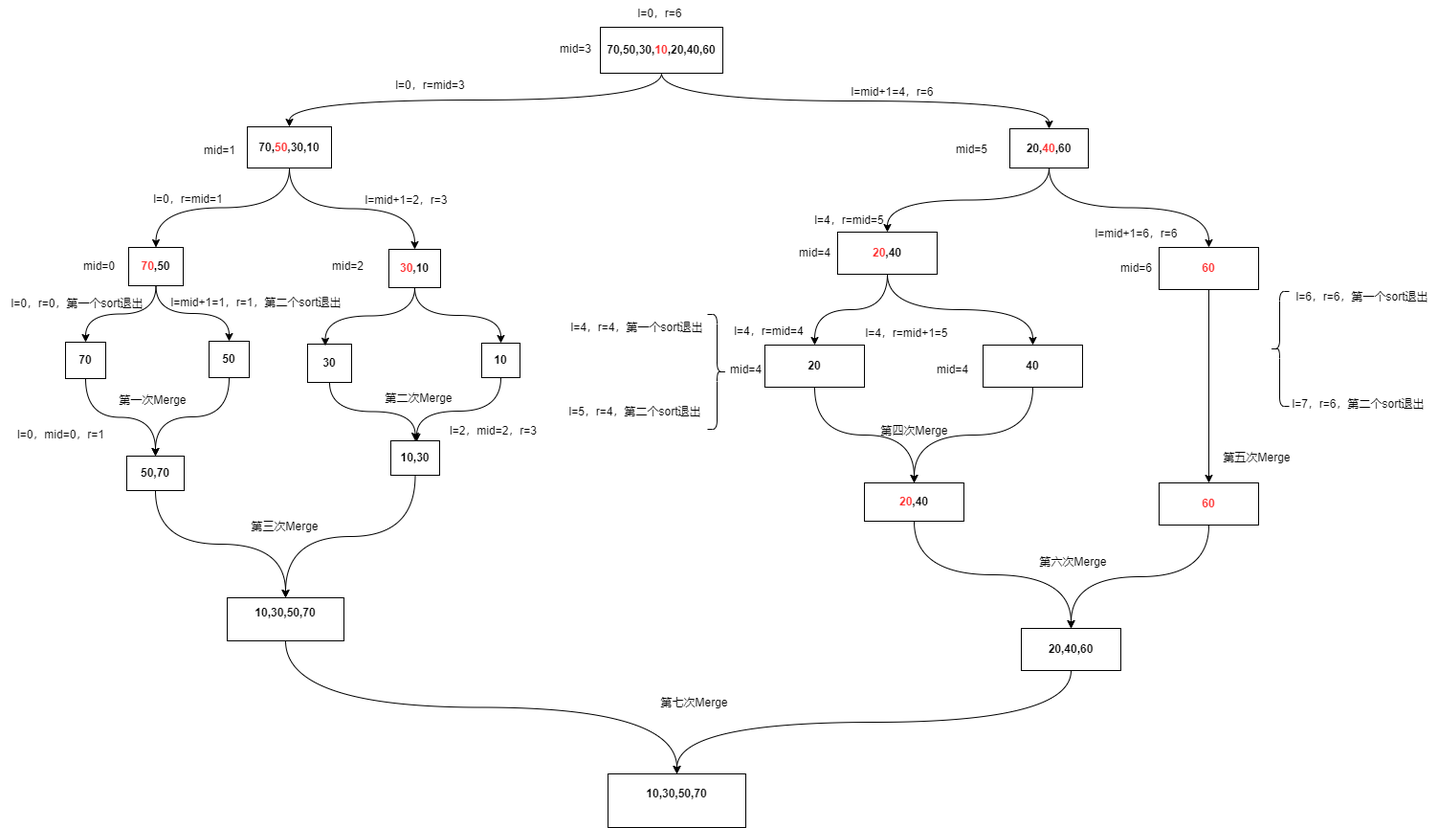
The draw.io diagram AlgorithmsAndDataStructures/归并算法.drawio.png in wjb0823/drawio, before a commit. Source tidied: cells renumbered, new cells last; positions are measured from the earlier drawing's top-left corner, leaving out a move shared by most shapes.
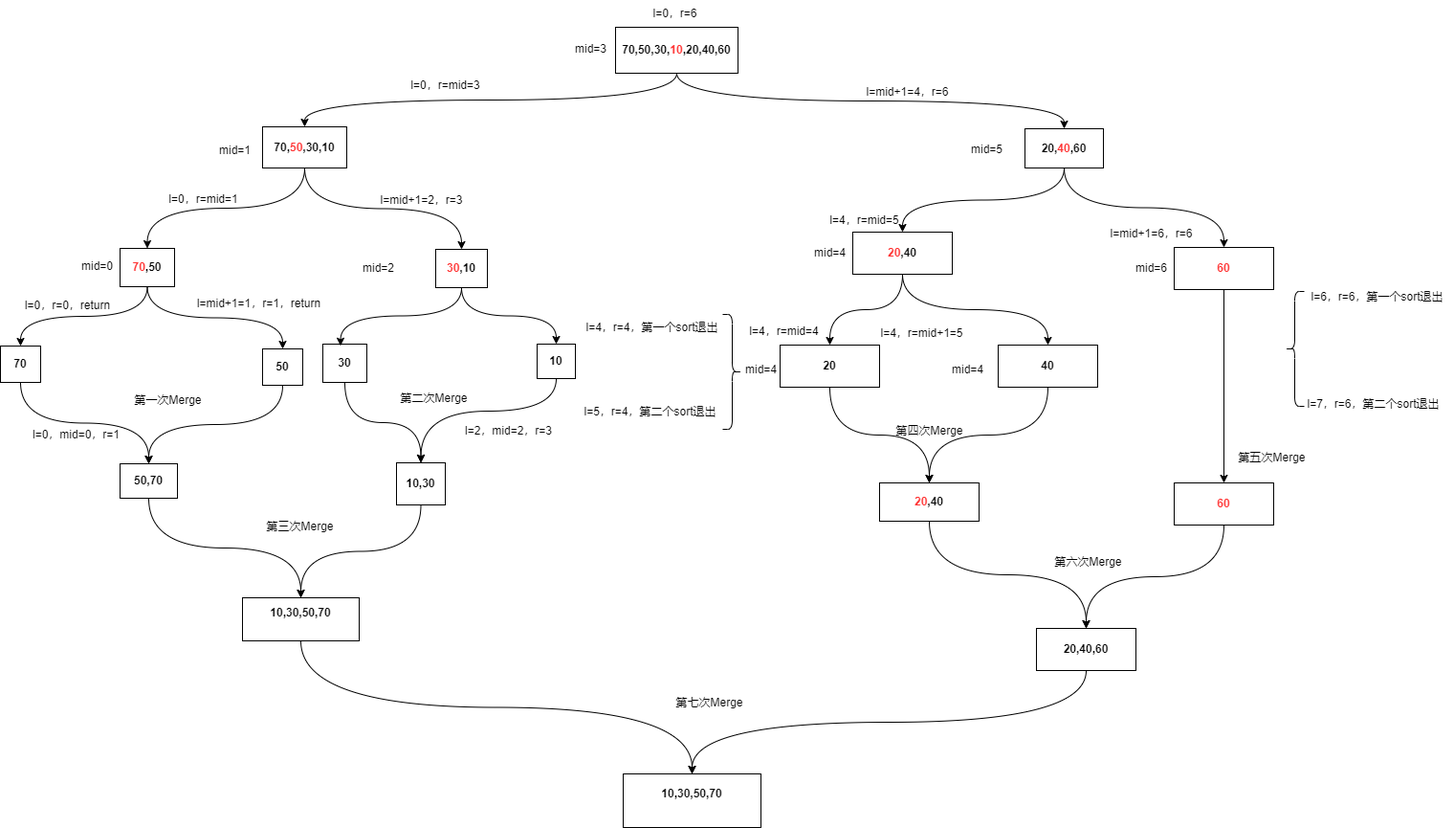
After the commit.

Commit message:
更新归并算法.drawio.png

Diff of the diagram source:
```diff
@@ -33,7 +33,7 @@
       <mxGeometry relative="1" as="geometry" />
     </mxCell>
     <mxCell id="12" value="&lt;b&gt;&lt;font color=&quot;#ff3333&quot;&gt;70&lt;/font&gt;,50&lt;/b&gt;" style="rounded=0;whiteSpace=wrap;html=1;" parent="1" vertex="1">
-      <mxGeometry x="134" y="258" width="57" height="40" as="geometry" />
+      <mxGeometry x="109" y="259" width="57" height="40" as="geometry" />
     </mxCell>
     <mxCell id="13" value="l=0，r=6" style="text;html=1;align=center;verticalAlign=middle;strokeColor=none;fillColor=none;" parent="1" vertex="1">
       <mxGeometry x="655" width="68" height="28" as="geometry" />
@@ -60,19 +60,19 @@
       <mxGeometry relative="1" as="geometry" />
     </mxCell>
     <mxCell id="21" value="&lt;b style=&quot;&quot;&gt;70&lt;/b&gt;" style="rounded=0;whiteSpace=wrap;html=1;" parent="1" vertex="1">
-      <mxGeometry x="68" y="357" width="42" height="38" as="geometry" />
+      <mxGeometry x="-16" y="361" width="42" height="38" as="geometry" />
     </mxCell>
     <mxCell id="22" style="edgeStyle=orthogonalEdgeStyle;rounded=0;jettySize=auto;html=1;exitX=0.5;exitY=1;exitDx=0;exitDy=0;curved=1;entryX=0.5;entryY=0;entryDx=0;entryDy=0;" parent="1" edge="1" source="23" target="25">
       <mxGeometry relative="1" as="geometry" />
     </mxCell>
     <mxCell id="23" value="&lt;b style=&quot;&quot;&gt;50&lt;/b&gt;" style="rounded=0;whiteSpace=wrap;html=1;" parent="1" vertex="1">
-      <mxGeometry x="218" y="356" width="42" height="38" as="geometry" />
+      <mxGeometry x="258" y="364" width="42" height="38" as="geometry" />
     </mxCell>
     <mxCell id="24" style="edgeStyle=orthogonalEdgeStyle;rounded=0;jettySize=auto;html=1;exitX=0.5;exitY=1;exitDx=0;exitDy=0;entryX=0.5;entryY=0;entryDx=0;entryDy=0;curved=1;" parent="1" edge="1" source="25" target="41">
       <mxGeometry relative="1" as="geometry" />
     </mxCell>
     <mxCell id="25" value="&lt;b style=&quot;&quot;&gt;50,70&lt;/b&gt;&lt;b style=&quot;&quot;&gt;&lt;br&gt;&lt;/b&gt;" style="rounded=0;whiteSpace=wrap;html=1;" parent="1" vertex="1">
-      <mxGeometry x="132" y="476" width="60" height="36" as="geometry" />
+      <mxGeometry x="109" y="484" width="60" height="36" as="geometry" />
     </mxCell>
     <mxCell id="26" value="第一次Merge" style="text;html=1;align=center;verticalAlign=middle;strokeColor=none;fillColor=none;" parent="1" vertex="1">
       <mxGeometry x="113" y="404" width="92" height="28" as="geometry" />
@@ -84,7 +84,7 @@
       <mxGeometry relative="1" as="geometry" />
     </mxCell>
     <mxCell id="29" value="&lt;b style=&quot;&quot;&gt;&lt;font color=&quot;#ff3333&quot;&gt;30&lt;/font&gt;,10&lt;/b&gt;" style="rounded=0;whiteSpace=wrap;html=1;" parent="1" vertex="1">
-      <mxGeometry x="406" y="260" width="54" height="40" as="geometry" />
+      <mxGeometry x="439" y="260" width="54" height="40" as="geometry" />
     </mxCell>
     <mxCell id="30" style="edgeStyle=orthogonalEdgeStyle;rounded=0;jettySize=auto;html=1;exitX=0.5;exitY=1;exitDx=0;exitDy=0;curved=1;" parent="1" edge="1" source="31" target="36">
       <mxGeometry relative="1" as="geometry" />
@@ -92,17 +92,16 @@
     <mxCell id="31" value="&lt;b style=&quot;&quot;&gt;30&lt;/b&gt;" style="rounded=0;whiteSpace=wrap;html=1;" parent="1" vertex="1">
       <mxGeometry x="321" y="359" width="46" height="40" as="geometry" />
     </mxCell>
-    <mxCell id="32" style="edgeStyle=orthogonalEdgeStyle;rounded=0;jettySize=auto;html=1;curved=1;exitX=0.5;exitY=1;exitDx=0;exitDy=0;" parent="1" edge="1" source="33">
+    <mxCell id="32" style="edgeStyle=orthogonalEdgeStyle;rounded=0;jettySize=auto;html=1;curved=1;exitX=0.5;exitY=1;exitDx=0;exitDy=0;entryX=0.5;entryY=0;entryDx=0;entryDy=0;" parent="1" edge="1" source="33" target="36">
       <mxGeometry relative="1" as="geometry">
-        <mxPoint x="435" y="461" as="targetPoint" />
         <Array as="points">
-          <mxPoint x="523" y="429" />
-          <mxPoint x="435" y="429" />
+          <mxPoint x="565" y="429" />
+          <mxPoint x="424" y="429" />
         </Array>
       </mxGeometry>
     </mxCell>
     <mxCell id="33" value="&lt;b style=&quot;&quot;&gt;10&lt;/b&gt;" style="rounded=0;whiteSpace=wrap;html=1;" parent="1" vertex="1">
-      <mxGeometry x="503" y="358" width="40" height="36" as="geometry" />
+      <mxGeometry x="545" y="359" width="40" height="36" as="geometry" />
     </mxCell>
     <mxCell id="34" style="edgeStyle=orthogonalEdgeStyle;rounded=0;jettySize=auto;html=1;exitX=0.5;exitY=1;exitDx=0;exitDy=0;entryX=0.402;entryY=0.045;entryDx=0;entryDy=0;entryPerimeter=0;curved=1;" parent="1" edge="1" source="29" target="31">
       <mxGeometry relative="1" as="geometry" />
@@ -111,16 +110,16 @@
       <mxGeometry relative="1" as="geometry" />
     </mxCell>
     <mxCell id="36" value="&lt;b style=&quot;&quot;&gt;10,30&lt;/b&gt;&lt;b style=&quot;&quot;&gt;&lt;br&gt;&lt;/b&gt;" style="rounded=0;whiteSpace=wrap;html=1;" parent="1" vertex="1">
-      <mxGeometry x="408" y="460" width="51" height="36" as="geometry" />
+      <mxGeometry x="398" y="483" width="51" height="44" as="geometry" />
     </mxCell>
     <mxCell id="37" value="第二次Merge" style="text;html=1;align=center;verticalAlign=middle;strokeColor=none;fillColor=none;" parent="1" vertex="1">
       <mxGeometry x="391" y="402" width="92" height="28" as="geometry" />
     </mxCell>
-    <mxCell id="38" value="l=0，r=0，第一个sort退出" style="text;html=1;align=center;verticalAlign=middle;strokeColor=none;fillColor=none;" parent="1" vertex="1">
-      <mxGeometry y="303" width="160" height="28" as="geometry" />
+    <mxCell id="38" value="l=0，r=0，return" style="text;html=1;align=center;verticalAlign=middle;strokeColor=none;fillColor=none;" parent="1" vertex="1">
+      <mxGeometry y="305" width="108" height="27" as="geometry" />
     </mxCell>
-    <mxCell id="39" value="l=mid+1=1，r=1，第二个sort退出" style="text;html=1;align=center;verticalAlign=middle;strokeColor=none;fillColor=none;" parent="1" vertex="1">
-      <mxGeometry x="168" y="302" width="197" height="27" as="geometry" />
+    <mxCell id="39" value="l=mid+1=1，r=1，return" style="text;html=1;align=center;verticalAlign=middle;strokeColor=none;fillColor=none;" parent="1" vertex="1">
+      <mxGeometry x="180" y="303" width="148" height="27" as="geometry" />
     </mxCell>
     <mxCell id="40" style="edgeStyle=orthogonalEdgeStyle;rounded=0;jettySize=auto;html=1;entryX=0.5;entryY=0;entryDx=0;entryDy=0;curved=1;exitX=0.5;exitY=1;exitDx=0;exitDy=0;" parent="1" edge="1" source="41" target="79">
       <mxGeometry relative="1" as="geometry" />
@@ -138,10 +137,10 @@
       <mxGeometry x="878" y="82" width="108" height="28" as="geometry" />
     </mxCell>
     <mxCell id="45" value="mid=0" style="text;html=1;align=center;verticalAlign=middle;strokeColor=none;fillColor=none;" parent="1" vertex="1">
-      <mxGeometry x="75" y="264" width="56" height="28" as="geometry" />
+      <mxGeometry x="57" y="264" width="56" height="28" as="geometry" />
     </mxCell>
     <mxCell id="46" value="mid=2" style="text;html=1;align=center;verticalAlign=middle;strokeColor=none;fillColor=none;" parent="1" vertex="1">
-      <mxGeometry x="335" y="264" width="56" height="28" as="geometry" />
+      <mxGeometry x="351" y="266" width="56" height="28" as="geometry" />
     </mxCell>
     <mxCell id="47" value="l=0，mid=0，r=1" style="text;html=1;align=center;verticalAlign=middle;strokeColor=none;fillColor=none;" parent="1" vertex="1">
       <mxGeometry x="7" y="440" width="112" height="28" as="geometry" />
```
